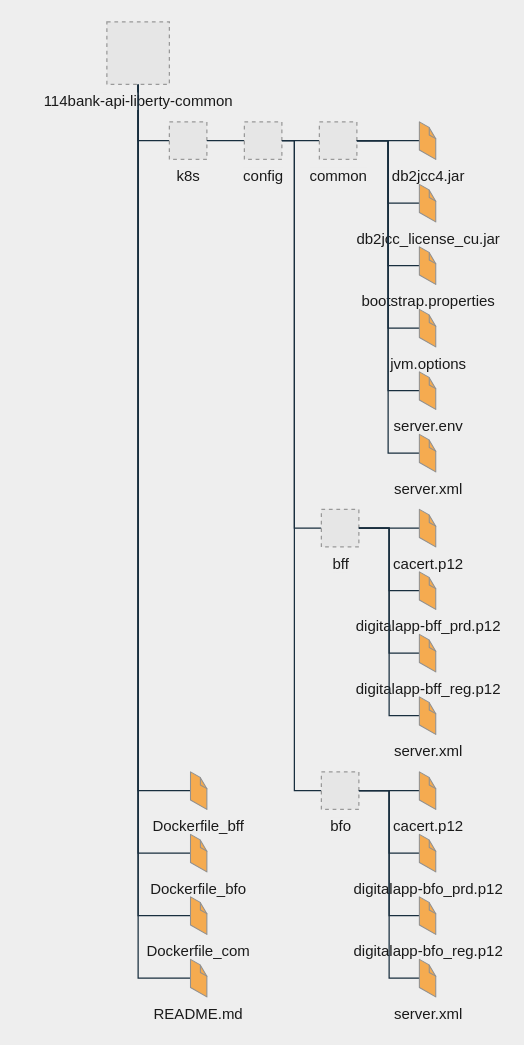
stefan21jp/Liberty keeps this draw.io diagram as page "Page-4" (4 of 4) of Untitled Diagram.drawio. Above is the earlier version. Source tidied: cells renumbered, new cells numbered last; positions are measured from the earlier drawing's top-left corner, leaving out a move shared by most shapes. Both pictures are drawn from the tidied source at 125%, with x=0, y=0 at pixel (106, 21). Pictures stored in the file or linked from it are replaced by grey dashed boxes.
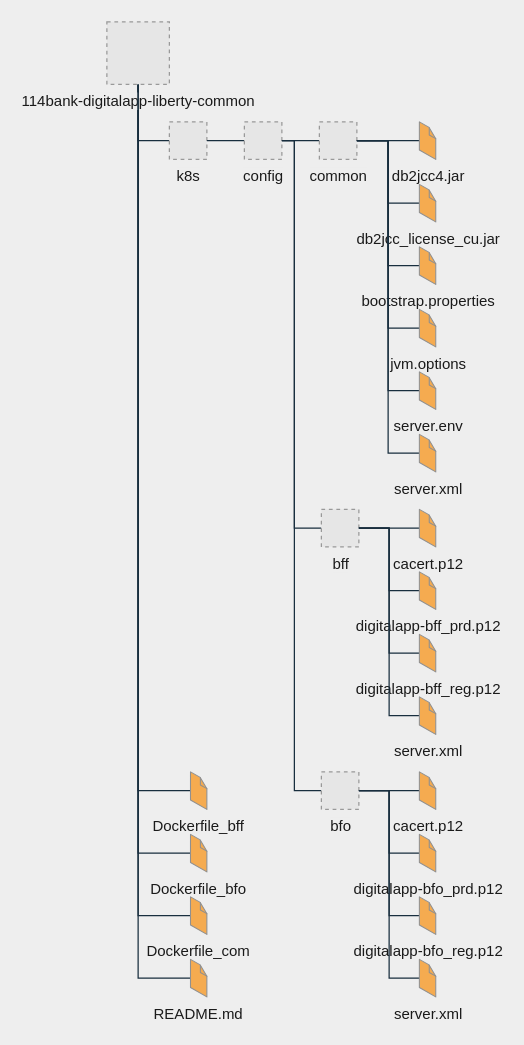
The same page after the edit.

What changed in the source:
```diff
@@
-    <mxCell id="8" value="114bank-api-liberty-common" style="fillColor=#E6E6E6;strokeColor=#999999;dashed=1;html=1;verticalAlign=top;verticalLabelPosition=bottom;labelBackgroundColor=#EEEEEE;fontColor=#1A1A1A;" parent="1" vertex="1">
+    <mxCell id="8" value="114bank-digitalapp-liberty-common" style="fillColor=#E6E6E6;strokeColor=#999999;dashed=1;html=1;verticalAlign=top;verticalLabelPosition=bottom;labelBackgroundColor=#EEEEEE;fontColor=#1A1A1A;" parent="1" vertex="1">
       <mxGeometry width="50" height="50" as="geometry" />
     </mxCell>
```
